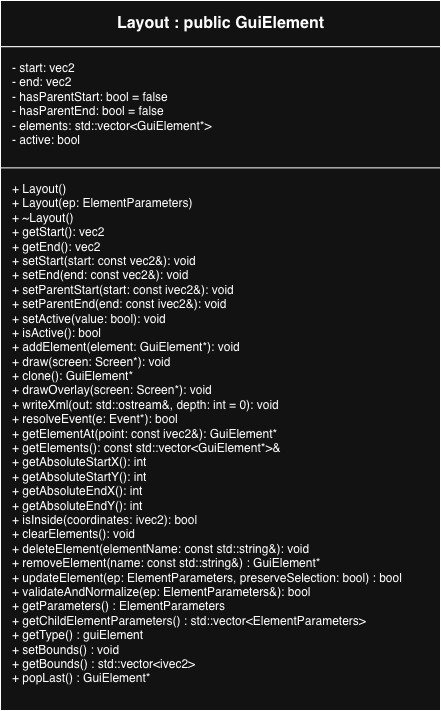
This is images/Layout_UML.png from cgreen2048/ArtHuddle, a draw.io export, as it was before one commit. Source tidied: cells renumbered, new cells last; positions are measured from the earlier drawing's top-left corner, leaving out a move shared by most shapes.
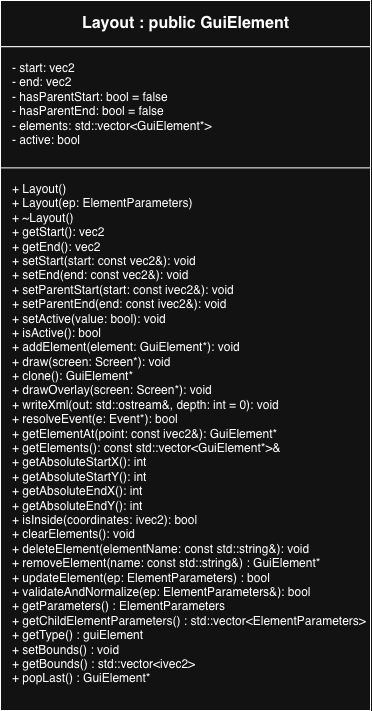
After the commit.

Change to the diagram source:
```diff
@@ -3,16 +3,16 @@
     <mxCell id="0" />
     <mxCell id="1" parent="0" />
     <mxCell id="2" style="shape=rectangle;whiteSpace=wrap;html=1;" parent="1" vertex="1">
-      <mxGeometry width="440" height="710" as="geometry" />
+      <mxGeometry width="370" height="710" as="geometry" />
     </mxCell>
     <mxCell id="3" value="&lt;b&gt;Layout : public GuiElement&lt;/b&gt;" style="shape=rectangle;html=1;align=center;verticalAlign=middle;fontStyle=1;fontSize=16;" parent="2" vertex="1">
-      <mxGeometry width="440" height="46.2" as="geometry" />
+      <mxGeometry width="370" height="46.2" as="geometry" />
     </mxCell>
     <mxCell id="4" value=" - start: vec2&lt;br&gt; - end: vec2&lt;br&gt; - hasParentStart: bool = false&lt;br&gt; - hasParentEnd: bool = false&lt;br&gt; - elements: std::vector&amp;lt;GuiElement*&amp;gt;&lt;br&gt; - active: bool         " style="shape=rectangle;html=1;align=left;verticalAlign=top;spacingLeft=10;spacingTop=8;" parent="2" vertex="1">
-      <mxGeometry y="46.2" width="440" height="138.7" as="geometry" />
+      <mxGeometry y="46.2" width="370" height="138.7" as="geometry" />
     </mxCell>
-    <mxCell id="5" value=" + Layout()&lt;br&gt; + Layout(ep: ElementParameters)&lt;br&gt; + ~Layout()&lt;br&gt; + getStart(): vec2&lt;br&gt; + getEnd(): vec2&lt;br&gt; + setStart(start: const vec2&amp;amp;): void&lt;br&gt; + setEnd(end: const vec2&amp;amp;): void&lt;br&gt; + setParentStart(start: const ivec2&amp;amp;): void&lt;br&gt; + setParentEnd(end: const ivec2&amp;amp;): void&lt;br&gt; + setActive(value: bool): void&lt;br&gt; + isActive(): bool&lt;br&gt; + addElement(element: GuiElement*): void&lt;br&gt; + draw(screen: Screen*): void&lt;br&gt; + clone(): GuiElement*&lt;br&gt; + drawOverlay(screen: Screen*): void&lt;br&gt; + writeXml(out: std::ostream&amp;amp;, depth: int = 0): void&lt;br&gt; + resolveEvent(e: Event*): bool&lt;div&gt;+ getElementAt(point: const ivec2&amp;amp;): GuiElement*&lt;br&gt; + getElements(): const std::vector&amp;lt;GuiElement*&amp;gt;&amp;amp;&lt;br&gt; + getAbsoluteStartX(): int&lt;br&gt; + getAbsoluteStartY(): int&lt;br&gt; + getAbsoluteEndX(): int&lt;br&gt; + getAbsoluteEndY(): int&lt;br&gt; + isInside(coordinates: ivec2): bool&lt;br&gt; + clearElements(): void&lt;br&gt; + deleteElement(elementName: const std::string&amp;amp;): void&lt;/div&gt;&lt;div&gt;+ removeElement(name: const std::string&amp;amp;&lt;span style=&quot;background-color: transparent; color: light-dark(rgb(0, 0, 0), rgb(255, 255, 255));&quot;&gt;) : GuiElement*&lt;/span&gt;&lt;/div&gt;&lt;div&gt;&lt;span style=&quot;background-color: transparent; color: light-dark(rgb(0, 0, 0), rgb(255, 255, 255));&quot;&gt;+ updateElement(ep: ElementParameters, preserveSelection: bool) : bool&lt;/span&gt;&lt;/div&gt;&lt;div&gt; + validateAndNormalize(ep: ElementParameters&amp;amp;): bool&lt;div&gt;+ getParameters() : ElementParameters&lt;/div&gt;&lt;div&gt;+ getChildElementParameters() : std::vector&amp;lt;ElementParameters&amp;gt;&lt;/div&gt;&lt;div&gt;+ getType() : guiElement&lt;/div&gt;&lt;div&gt;&lt;div&gt;+ setBounds() : void&lt;/div&gt;&lt;div&gt;+ getBounds() : std::vector&amp;lt;ivec2&amp;gt;&lt;/div&gt;&lt;/div&gt;&lt;/div&gt;&lt;div&gt;+ popLast() :&amp;nbsp;&lt;span style=&quot;background-color: transparent; color: light-dark(rgb(0, 0, 0), rgb(255, 255, 255));&quot;&gt;GuiElement*&lt;/span&gt;&lt;/div&gt;" style="shape=rectangle;html=1;align=left;verticalAlign=top;spacingLeft=10;spacingTop=8;" parent="2" vertex="1">
-      <mxGeometry y="167.4" width="440" height="542.6" as="geometry" />
+    <mxCell id="5" value=" + Layout()&lt;br&gt; + Layout(ep: ElementParameters)&lt;br&gt; + ~Layout()&lt;br&gt; + getStart(): vec2&lt;br&gt; + getEnd(): vec2&lt;br&gt; + setStart(start: const vec2&amp;amp;): void&lt;br&gt; + setEnd(end: const vec2&amp;amp;): void&lt;br&gt; + setParentStart(start: const ivec2&amp;amp;): void&lt;br&gt; + setParentEnd(end: const ivec2&amp;amp;): void&lt;br&gt; + setActive(value: bool): void&lt;br&gt; + isActive(): bool&lt;br&gt; + addElement(element: GuiElement*): void&lt;br&gt; + draw(screen: Screen*): void&lt;br&gt; + clone(): GuiElement*&lt;br&gt; + drawOverlay(screen: Screen*): void&lt;br&gt; + writeXml(out: std::ostream&amp;amp;, depth: int = 0): void&lt;br&gt; + resolveEvent(e: Event*): bool&lt;div&gt;+ getElementAt(point: const ivec2&amp;amp;): GuiElement*&lt;br&gt; + getElements(): const std::vector&amp;lt;GuiElement*&amp;gt;&amp;amp;&lt;br&gt; + getAbsoluteStartX(): int&lt;br&gt; + getAbsoluteStartY(): int&lt;br&gt; + getAbsoluteEndX(): int&lt;br&gt; + getAbsoluteEndY(): int&lt;br&gt; + isInside(coordinates: ivec2): bool&lt;br&gt; + clearElements(): void&lt;br&gt; + deleteElement(elementName: const std::string&amp;amp;): void&lt;/div&gt;&lt;div&gt;+ removeElement(name: const std::string&amp;amp;&lt;span style=&quot;background-color: transparent; color: light-dark(rgb(0, 0, 0), rgb(255, 255, 255));&quot;&gt;) : GuiElement*&lt;/span&gt;&lt;/div&gt;&lt;div&gt;&lt;span style=&quot;background-color: transparent; color: light-dark(rgb(0, 0, 0), rgb(255, 255, 255));&quot;&gt;+ updateElement(ep: ElementParameters) : bool&lt;/span&gt;&lt;/div&gt;&lt;div&gt; + validateAndNormalize(ep: ElementParameters&amp;amp;): bool&lt;div&gt;+ getParameters() : ElementParameters&lt;/div&gt;&lt;div&gt;+ getChildElementParameters() : std::vector&amp;lt;ElementParameters&amp;gt;&lt;/div&gt;&lt;div&gt;+ getType() : guiElement&lt;/div&gt;&lt;div&gt;&lt;div&gt;+ setBounds() : void&lt;/div&gt;&lt;div&gt;+ getBounds() : std::vector&amp;lt;ivec2&amp;gt;&lt;/div&gt;&lt;/div&gt;&lt;/div&gt;&lt;div&gt;+ popLast() :&amp;nbsp;&lt;span style=&quot;background-color: transparent; color: light-dark(rgb(0, 0, 0), rgb(255, 255, 255));&quot;&gt;GuiElement*&lt;/span&gt;&lt;/div&gt;" style="shape=rectangle;html=1;align=left;verticalAlign=top;spacingLeft=10;spacingTop=8;" parent="2" vertex="1">
+      <mxGeometry y="167.4" width="370" height="542.6" as="geometry" />
     </mxCell>
   </root>
 </mxGraphModel>
```
